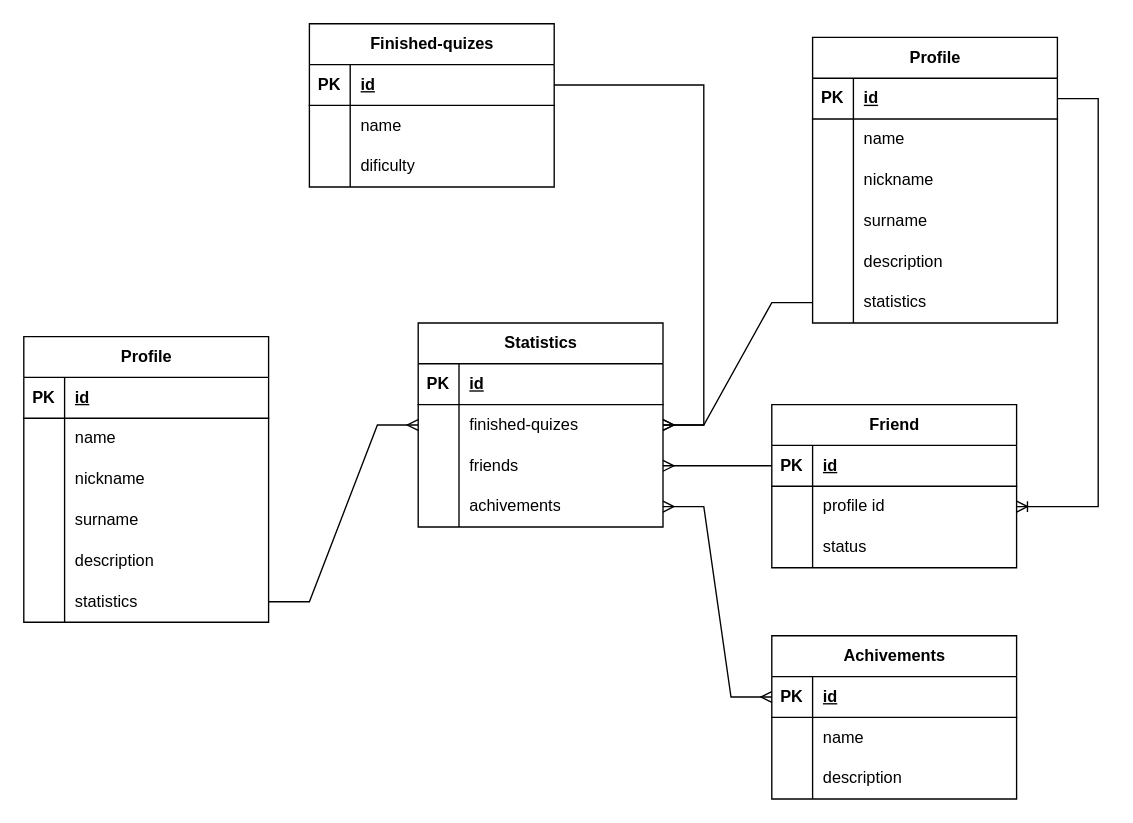
Me11ad/biblos.inc-project keeps this draw.io diagram as quiz/profile/макет-бд-для-профиля.drawio. Above is the earlier version. Source tidied: cells renumbered, new cells numbered last; positions are measured from the earlier drawing's top-left corner, leaving out a move shared by most shapes. Both pictures are drawn from the tidied source at 136%, with x=0, y=0 at pixel (23, 23).
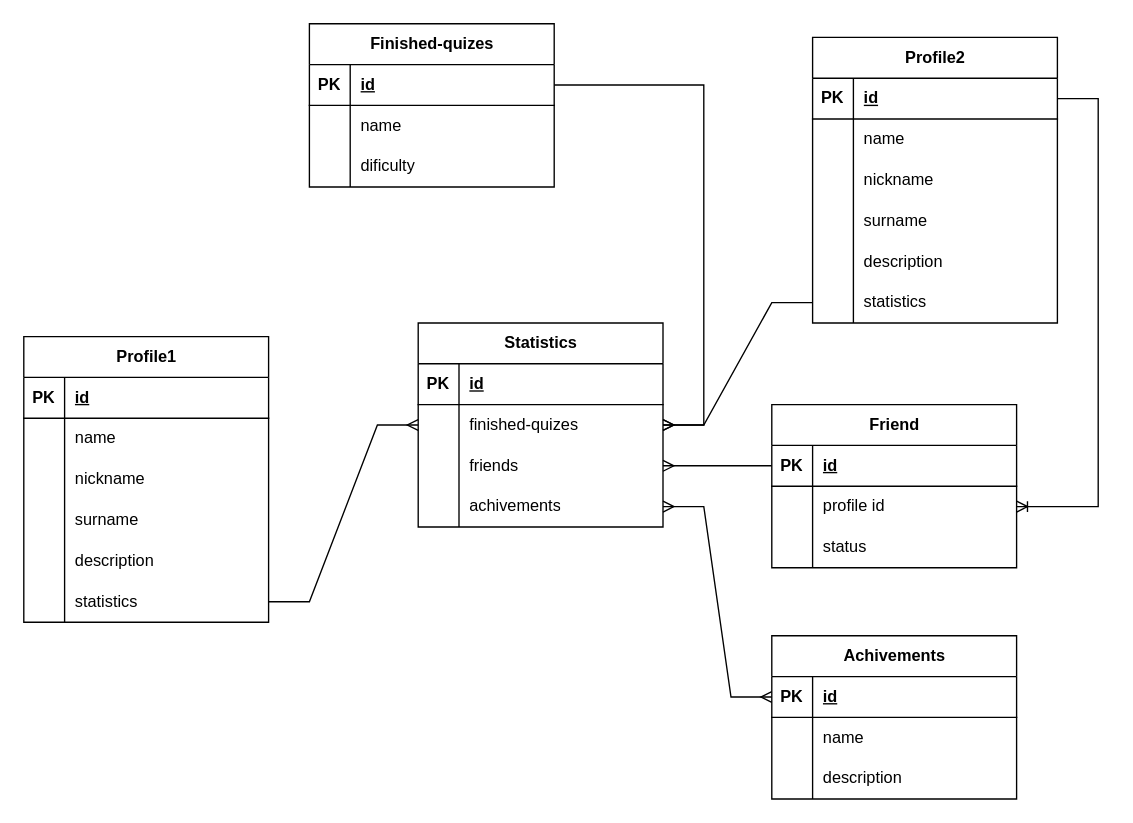
Above is the later version.

Change to the diagram source:
```diff
@@
-    <mxCell id="12" value="Profile" style="shape=table;startSize=30;childLayout=tableLayout;rowLines=0;fontStyle=1;align=center;html=1;" parent="1" vertex="1">
+    <mxCell id="12" value="Profile1" style="shape=table;startSize=30;childLayout=tableLayout;rowLines=0;fontStyle=1;align=center;html=1;" parent="1" vertex="1">
       <mxGeometry y="230" width="180" height="210" as="geometry" />
     </mxCell>
@@
-    <mxCell id="57" value="Profile" style="shape=table;startSize=30;childLayout=tableLayout;rowLines=0;fontStyle=1;align=center;html=1;" parent="1" vertex="1">
+    <mxCell id="57" value="Profile2" style="shape=table;startSize=30;childLayout=tableLayout;rowLines=0;fontStyle=1;align=center;html=1;" parent="1" vertex="1">
       <mxGeometry x="580" y="10" width="180" height="210" as="geometry" />
     </mxCell>
```
